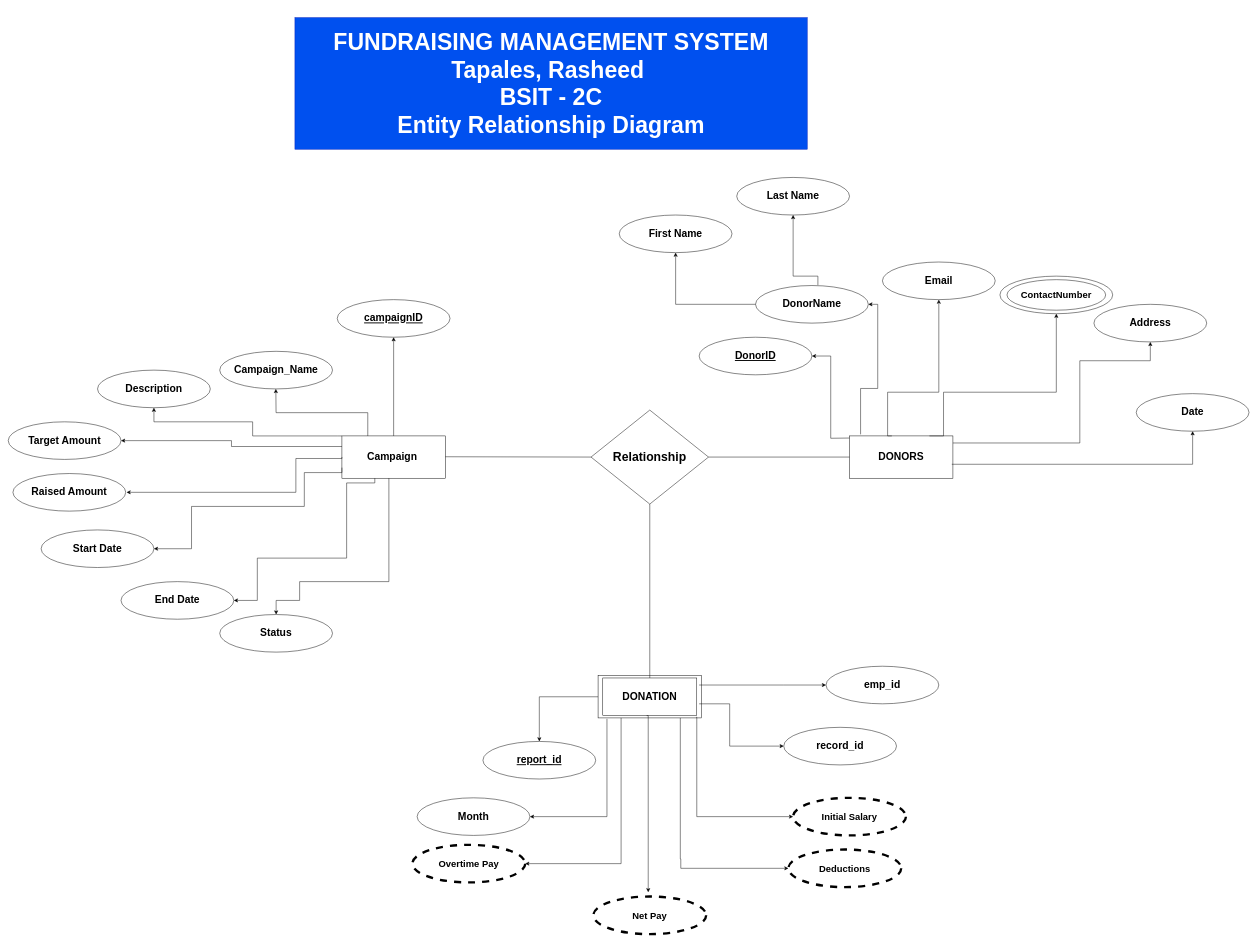
Before: ERD.drawio in Sudaishii/Sys_Flowchart, a draw.io diagram. Source tidied: cells renumbered, new cells numbered last; positions are measured from the earlier drawing's top-left corner, leaving out a move shared by most shapes. Both pictures are drawn from the tidied source at 47%, with x=0, y=0 at pixel (8, 17).
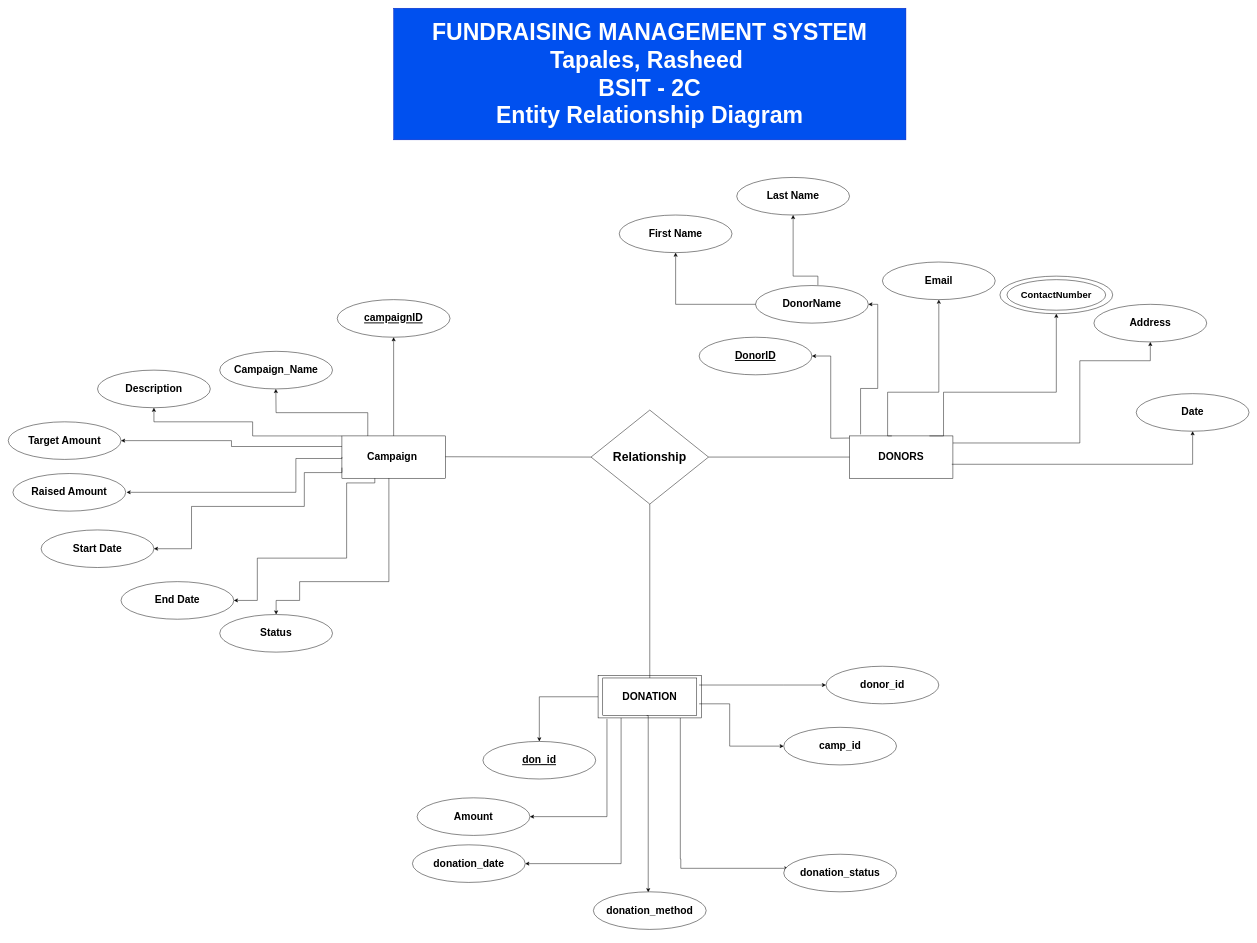
The same page after the edit.

Unchanged cells that the change refers to:
```xml
<mxCell id="34" value="&lt;font size=&quot;1&quot; style=&quot;&quot;&gt;&lt;b style=&quot;font-size: 22px;&quot;&gt;EMPLOYEE&lt;/b&gt;&lt;/font&gt;" style="whiteSpace=wrap;html=1;align=center;" parent="1" vertex="1">
  <mxGeometry x="1255" y="1400" width="220" height="90" as="geometry" />
</mxCell>
```

Diff of the diagram source:
```diff
@@
     <mxCell id="2" value="&lt;font style=&quot;font-size: 49px;&quot;&gt;&lt;b style=&quot;&quot;&gt;&lt;font style=&quot;font-size: 49px;&quot;&gt;FUNDRAISING MANAGEMENT SYSTE&lt;/font&gt;&lt;/b&gt;&lt;b style=&quot;background-color: initial;&quot;&gt;&lt;font style=&quot;font-size: 49px;&quot;&gt;M&lt;/font&gt;&lt;/b&gt;&lt;/font&gt;&lt;div style=&quot;font-size: 49px;&quot;&gt;&lt;b style=&quot;background-color: initial;&quot;&gt;&lt;font style=&quot;font-size: 49px;&quot;&gt;Tapales, Rasheed&amp;nbsp;&lt;/font&gt;&lt;/b&gt;&lt;/div&gt;&lt;div style=&quot;font-size: 49px;&quot;&gt;&lt;b style=&quot;&quot;&gt;&lt;font style=&quot;font-size: 49px;&quot;&gt;BSIT - 2C&lt;br&gt;Entity Relationship Diagram&lt;/font&gt;&lt;/b&gt;&lt;/div&gt;" style="whiteSpace=wrap;html=1;align=center;fillColor=#0050ef;strokeColor=#001DBC;fontColor=#ffffff;" parent="1" vertex="1">
-      <mxGeometry x="610" width="1090" height="280" as="geometry" />
+      <mxGeometry x="820" y="-20" width="1090" height="280" as="geometry" />
     </mxCell>
@@
-    <mxCell id="37" value="&lt;font size=&quot;1&quot; style=&quot;&quot;&gt;&lt;b style=&quot;&quot;&gt;&lt;u style=&quot;font-size: 22px;&quot;&gt;report_id&lt;/u&gt;&lt;/b&gt;&lt;/font&gt;" style="ellipse;whiteSpace=wrap;html=1;align=center;" parent="1" vertex="1">
+    <mxCell id="37" value="&lt;font size=&quot;1&quot; style=&quot;&quot;&gt;&lt;b style=&quot;&quot;&gt;&lt;u style=&quot;font-size: 22px;&quot;&gt;don_id&lt;/u&gt;&lt;/b&gt;&lt;/font&gt;" style="ellipse;whiteSpace=wrap;html=1;align=center;" parent="1" vertex="1">
       <mxGeometry x="1010" y="1540" width="240" height="80" as="geometry" />
     </mxCell>
@@
-    <mxCell id="40" value="&lt;span style=&quot;font-size: 22px;&quot;&gt;&lt;b&gt;Month&lt;/b&gt;&lt;/span&gt;" style="ellipse;whiteSpace=wrap;html=1;align=center;" parent="1" vertex="1">
+    <mxCell id="40" value="&lt;span style=&quot;font-size: 22px;&quot;&gt;&lt;b&gt;Amount&lt;/b&gt;&lt;/span&gt;" style="ellipse;whiteSpace=wrap;html=1;align=center;" parent="1" vertex="1">
       <mxGeometry x="870" y="1660" width="240" height="80" as="geometry" />
     </mxCell>
-    <mxCell id="41" value="&lt;span style=&quot;font-size: 20px;&quot;&gt;&lt;b&gt;Initial Salary&lt;/b&gt;&lt;/span&gt;" style="ellipse;whiteSpace=wrap;html=1;align=center;dashed=1;strokeWidth=5;" parent="1" vertex="1">
-      <mxGeometry x="1670" y="1660" width="240" height="80" as="geometry" />
-    </mxCell>
@@
-    <mxCell id="43" style="edgeStyle=orthogonalEdgeStyle;rounded=0;jettySize=auto;html=1;entryX=0;entryY=0.5;entryDx=0;entryDy=0;exitX=0.949;exitY=0.983;exitDx=0;exitDy=0;exitPerimeter=0;" parent="1" edge="1" source="34" target="41">
-      <mxGeometry relative="1" as="geometry">
-        <Array as="points">
-          <mxPoint x="1465" y="1700" />
-        </Array>
-      </mxGeometry>
-    </mxCell>
-    <mxCell id="44" value="&lt;div&gt;&lt;br&gt;&lt;/div&gt;&lt;div&gt;&lt;br&gt;&lt;/div&gt;" style="edgeLabel;html=1;align=center;verticalAlign=middle;" parent="43" vertex="1">
-      <mxGeometry x="-0.1" y="7" relative="1" as="geometry" />
-    </mxCell>
@@
-    <mxCell id="46" value="&lt;span style=&quot;font-size: 20px;&quot;&gt;&lt;b&gt;Overtime Pay&lt;/b&gt;&lt;/span&gt;" style="ellipse;whiteSpace=wrap;html=1;align=center;dashed=1;strokeWidth=5;" parent="1" vertex="1">
-      <mxGeometry x="860" y="1760" width="240" height="80" as="geometry" />
-    </mxCell>
-    <mxCell id="47" value="&lt;span style=&quot;font-size: 20px;&quot;&gt;&lt;b&gt;Deductions&lt;/b&gt;&lt;/span&gt;" style="ellipse;whiteSpace=wrap;html=1;align=center;dashed=1;strokeWidth=5;" parent="1" vertex="1">
-      <mxGeometry x="1660" y="1770" width="240" height="80" as="geometry" />
-    </mxCell>
@@
-    <mxCell id="50" value="&lt;span style=&quot;font-size: 22px;&quot;&gt;&lt;b&gt;record_id&lt;/b&gt;&lt;/span&gt;" style="ellipse;whiteSpace=wrap;html=1;align=center;" parent="1" vertex="1">
+    <mxCell id="50" value="&lt;span style=&quot;font-size: 22px;&quot;&gt;&lt;b&gt;camp_id&lt;/b&gt;&lt;/span&gt;" style="ellipse;whiteSpace=wrap;html=1;align=center;" parent="1" vertex="1">
       <mxGeometry x="1650" y="1510" width="240" height="80" as="geometry" />
     </mxCell>
@@
-    <mxCell id="52" value="&lt;span style=&quot;font-size: 22px;&quot;&gt;&lt;b&gt;emp_id&lt;/b&gt;&lt;/span&gt;" style="ellipse;whiteSpace=wrap;html=1;align=center;" parent="1" vertex="1">
+    <mxCell id="52" value="&lt;span style=&quot;font-size: 22px;&quot;&gt;&lt;b&gt;donor_id&lt;/b&gt;&lt;/span&gt;" style="ellipse;whiteSpace=wrap;html=1;align=center;" parent="1" vertex="1">
       <mxGeometry x="1740" y="1380" width="240" height="80" as="geometry" />
     </mxCell>
-    <mxCell id="53" value="&lt;span style=&quot;font-size: 20px;&quot;&gt;&lt;b&gt;Net Pay&lt;/b&gt;&lt;/span&gt;" style="ellipse;whiteSpace=wrap;html=1;align=center;dashed=1;strokeWidth=5;" parent="1" vertex="1">
-      <mxGeometry x="1245" y="1870" width="240" height="80" as="geometry" />
-    </mxCell>
@@
+    <mxCell id="62" value="&lt;span style=&quot;font-size: 22px;&quot;&gt;&lt;b&gt;donation_date&lt;/b&gt;&lt;/span&gt;" style="ellipse;whiteSpace=wrap;html=1;align=center;" parent="1" vertex="1">
+      <mxGeometry x="860" y="1760" width="240" height="80" as="geometry" />
+    </mxCell>
+    <mxCell id="63" value="&lt;span style=&quot;font-size: 22px;&quot;&gt;&lt;b&gt;donation_method&lt;/b&gt;&lt;/span&gt;" style="ellipse;whiteSpace=wrap;html=1;align=center;" parent="1" vertex="1">
+      <mxGeometry x="1245" y="1860" width="240" height="80" as="geometry" />
+    </mxCell>
+    <mxCell id="64" value="&lt;span style=&quot;font-size: 22px;&quot;&gt;&lt;b&gt;donation_status&lt;/b&gt;&lt;/span&gt;" style="ellipse;whiteSpace=wrap;html=1;align=center;" parent="1" vertex="1">
+      <mxGeometry x="1650" y="1780" width="240" height="80" as="geometry" />
+    </mxCell>
```
